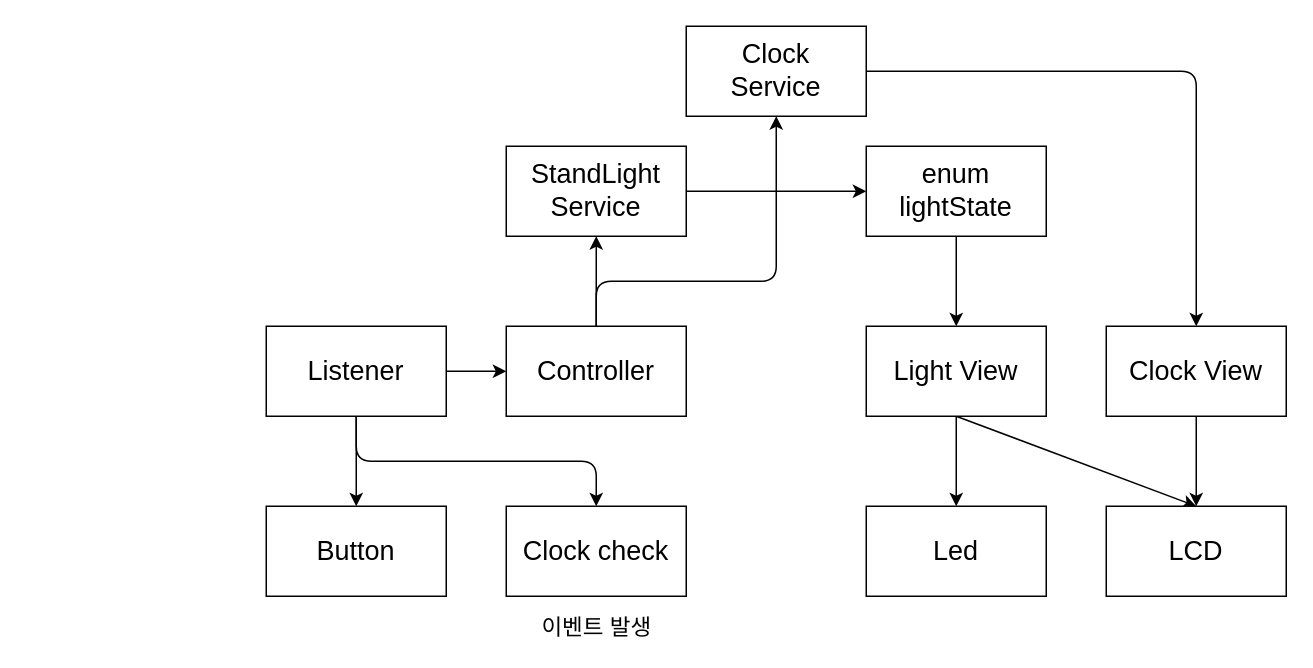
This is page "페이지-1" (1 of 2) of sw_design/architecture.drawio from kyw6416/StandLight_Clock, a draw.io file, before an edit. Source tidied: cells renumbered, new cells numbered last; positions are measured from the earlier drawing's top-left corner, leaving out a move shared by most shapes. Both pictures are drawn from the tidied source at 150%, with x=0, y=0 at pixel (266, 26).
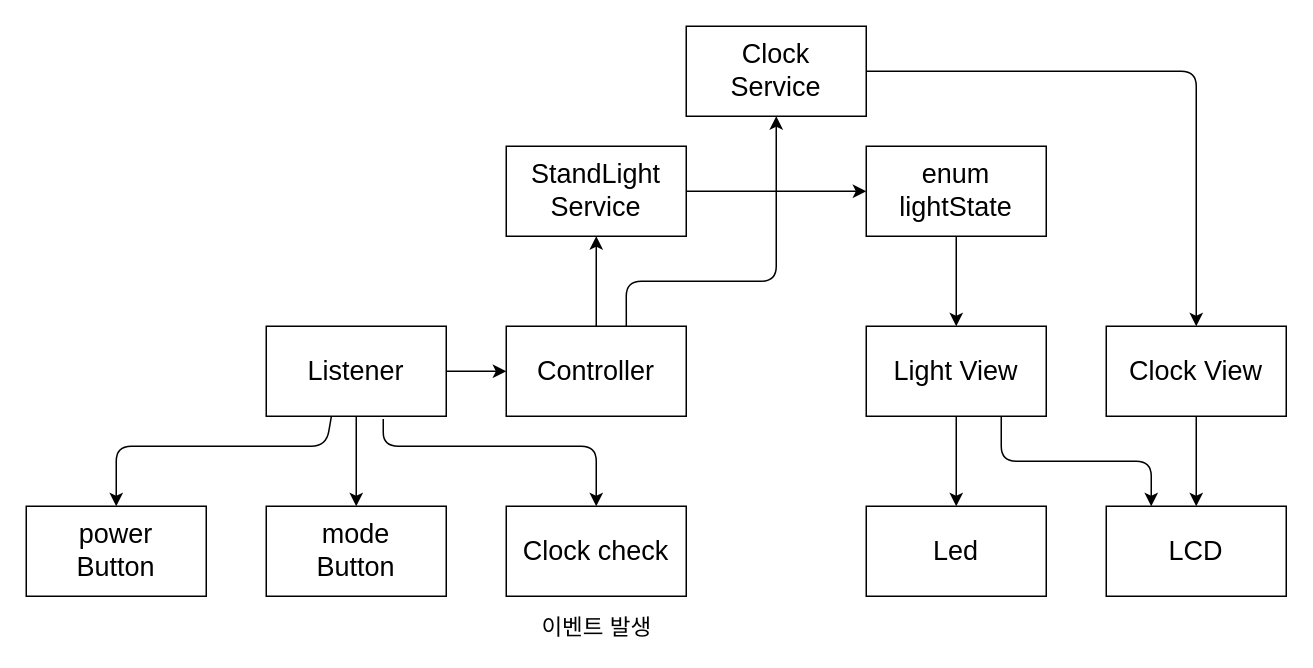
The same page after the edit.

The change refers to these unchanged cells:
```xml
<mxCell id="6" value="Listener" style="whiteSpace=wrap;html=1;fontSize=18;" parent="1" vertex="1">
  <mxGeometry y="200" width="120" height="60" as="geometry" />
</mxCell>
<mxCell id="9" value="Controller" style="whiteSpace=wrap;html=1;fontSize=18;" parent="1" vertex="1">
  <mxGeometry x="160" y="200" width="120" height="60" as="geometry" />
</mxCell>
<mxCell id="12" value="Light View" style="whiteSpace=wrap;html=1;fontSize=18;" parent="1" vertex="1">
  <mxGeometry x="400" y="200" width="120" height="60" as="geometry" />
</mxCell>
<mxCell id="18" value="LCD" style="whiteSpace=wrap;html=1;fontSize=18;" parent="1" vertex="1">
  <mxGeometry x="560" y="320" width="120" height="60" as="geometry" />
</mxCell>
<mxCell id="20" value="Clock&lt;br&gt;Service" style="whiteSpace=wrap;html=1;fontSize=18;" parent="1" vertex="1">
  <mxGeometry x="280" width="120" height="60" as="geometry" />
</mxCell>
<mxCell id="23" value="Clock check" style="whiteSpace=wrap;html=1;fontSize=18;" parent="1" vertex="1">
  <mxGeometry x="160" y="320" width="120" height="60" as="geometry" />
</mxCell>
```

The edit, as a diff of the source:
```diff
@@
-    <mxCell id="2" value="Button" style="whiteSpace=wrap;html=1;fontSize=18;" parent="1" vertex="1">
+    <mxCell id="2" value="mode&lt;br&gt;Button" style="whiteSpace=wrap;html=1;fontSize=18;" parent="1" vertex="1">
       <mxGeometry y="320" width="120" height="60" as="geometry" />
     </mxCell>
@@
-    <mxCell id="5" style="edgeStyle=none;html=1;exitX=0.5;exitY=1;exitDx=0;exitDy=0;entryX=0.5;entryY=0;entryDx=0;entryDy=0;" parent="1" edge="1" source="6" target="23">
+    <mxCell id="5" style="edgeStyle=none;html=1;exitX=0.65;exitY=1.03;exitDx=0;exitDy=0;entryX=0.5;entryY=0;entryDx=0;entryDy=0;exitPerimeter=0;" parent="1" edge="1" source="6" target="23">
       <mxGeometry relative="1" as="geometry">
         <Array as="points">
-          <mxPoint x="60" y="290" />
-          <mxPoint x="220" y="290" />
+          <mxPoint x="78" y="280" />
+          <mxPoint x="220" y="280" />
         </Array>
       </mxGeometry>
     </mxCell>
+    <mxCell id="25" style="edgeStyle=none;html=1;exitX=0.362;exitY=0.999;exitDx=0;exitDy=0;entryX=0.5;entryY=0;entryDx=0;entryDy=0;exitPerimeter=0;" parent="1" edge="1" source="6" target="26">
+      <mxGeometry relative="1" as="geometry">
+        <Array as="points">
+          <mxPoint x="40" y="280" />
+          <mxPoint x="-100" y="280" />
+        </Array>
+      </mxGeometry>
+    </mxCell>
@@
-    <mxCell id="8" style="edgeStyle=none;html=1;exitX=0.5;exitY=0;exitDx=0;exitDy=0;entryX=0.5;entryY=1;entryDx=0;entryDy=0;" parent="1" edge="1" source="9" target="20">
+    <mxCell id="8" style="edgeStyle=none;html=1;exitX=0.667;exitY=0;exitDx=0;exitDy=0;entryX=0.5;entryY=1;entryDx=0;entryDy=0;exitPerimeter=0;" parent="1" edge="1" source="9" target="20">
       <mxGeometry relative="1" as="geometry">
         <Array as="points">
-          <mxPoint x="220" y="170" />
+          <mxPoint x="240" y="170" />
           <mxPoint x="340" y="170" />
         </Array>
       </mxGeometry>
     </mxCell>
@@
-    <mxCell id="11" style="edgeStyle=none;html=1;exitX=0.5;exitY=1;exitDx=0;exitDy=0;entryX=0.5;entryY=0;entryDx=0;entryDy=0;" parent="1" edge="1" source="12" target="18">
-      <mxGeometry relative="1" as="geometry" />
+    <mxCell id="11" style="edgeStyle=none;html=1;exitX=0.75;exitY=1;exitDx=0;exitDy=0;entryX=0.25;entryY=0;entryDx=0;entryDy=0;" parent="1" edge="1" source="12" target="18">
+      <mxGeometry relative="1" as="geometry">
+        <Array as="points">
+          <mxPoint x="490" y="290" />
+          <mxPoint x="590" y="290" />
+        </Array>
+      </mxGeometry>
     </mxCell>
@@
+    <mxCell id="26" value="power&lt;br&gt;Button" style="whiteSpace=wrap;html=1;fontSize=18;" parent="1" vertex="1">
+      <mxGeometry x="-160" y="320" width="120" height="60" as="geometry" />
+    </mxCell>
```
